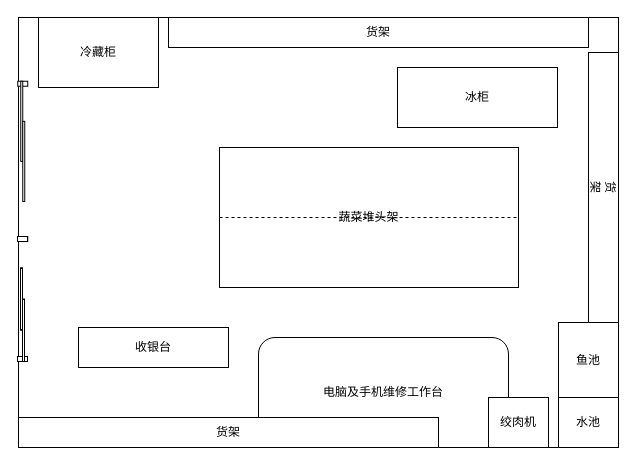
Above: 菜圃平面图.drawio in UTOUUCENTER-CD/draw.io (draw.io), before the change. Source tidied: cells renumbered, new cells numbered last; positions are measured from the earlier drawing's top-left corner, leaving out a move shared by most shapes. Both pictures are drawn from the tidied source at 100%, with x=0, y=0 at pixel (-58, 17).
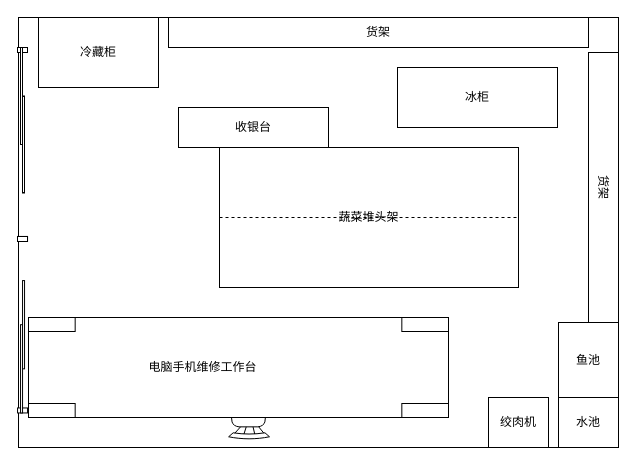
After the change.

Commit message:
更新菜圃平面图.drawio

Diff of the diagram source:
```diff
@@
 <mxGraphModel>
   <root>
     <mxCell id="0" />
     <mxCell id="1" parent="0" />
     <mxCell id="2" style="rounded=0;whiteSpace=wrap;html=1;" parent="1" vertex="1">
       <mxGeometry x="76" width="600" height="430" as="geometry" />
     </mxCell>
     <mxCell id="3" value="货架" style="rounded=0;whiteSpace=wrap;html=1;" parent="1" vertex="1">
       <mxGeometry x="226" width="420" height="30" as="geometry" />
     </mxCell>
     <mxCell id="4" value="冷藏柜" style="rounded=0;whiteSpace=wrap;html=1;" parent="1" vertex="1">
       <mxGeometry x="96" width="120" height="70" as="geometry" />
     </mxCell>
-    <mxCell id="5" value="货&lt;br&gt;架" style="rounded=0;whiteSpace=wrap;html=1;rotation=90;" parent="1" vertex="1">
+    <mxCell id="5" value="货架" style="rounded=0;whiteSpace=wrap;html=1;rotation=90;" parent="1" vertex="1">
       <mxGeometry x="526" y="155" width="270" height="30" as="geometry" />
     </mxCell>
     <mxCell id="6" value="水池" style="rounded=0;whiteSpace=wrap;html=1;" parent="1" vertex="1">
       <mxGeometry x="616" y="380" width="60" height="50" as="geometry" />
     </mxCell>
     <mxCell id="7" value="冰柜" style="rounded=0;whiteSpace=wrap;html=1;" parent="1" vertex="1">
       <mxGeometry x="455" y="50" width="160" height="60" as="geometry" />
     </mxCell>
     <mxCell id="8" value="蔬菜堆头架" style="rounded=0;whiteSpace=wrap;html=1;" parent="1" vertex="1">
       <mxGeometry x="277" y="130" width="299" height="140" as="geometry" />
     </mxCell>
     <mxCell id="9" style="endArrow=none;html=1;exitX=0;exitY=0.5;exitDx=0;exitDy=0;entryX=1;entryY=0.5;entryDx=0;entryDy=0;dashed=1;" parent="1" edge="1" source="8" target="8">
       <mxGeometry relative="1" as="geometry" />
     </mxCell>
+    <mxCell id="12" style="verticalLabelPosition=bottom;html=1;verticalAlign=top;align=center;shape=mxgraph.floorplan.doorSlidingGlass;dx=0.25;rotation=-90;flipH=0;flipV=1;" parent="1" vertex="1">
+      <mxGeometry x="-8.2" y="302.2" width="176.5" height="10" as="geometry" />
+    </mxCell>
+    <mxCell id="14" value="绞肉机" style="rounded=0;whiteSpace=wrap;html=1;" parent="1" vertex="1">
+      <mxGeometry x="546" y="380" width="60" height="50" as="geometry" />
+    </mxCell>
+    <mxCell id="16" value="鱼池" style="rounded=0;whiteSpace=wrap;html=1;" parent="1" vertex="1">
+      <mxGeometry x="616" y="305" width="60" height="75" as="geometry" />
+    </mxCell>
+    <mxCell id="17" style="verticalLabelPosition=bottom;html=1;verticalAlign=top;align=center;shape=mxgraph.floorplan.doorSlidingGlass;dx=0.25;rotation=90;" parent="1" vertex="1">
+      <mxGeometry x="-17" y="122" width="194" height="10" as="geometry" />
+    </mxCell>
     <mxCell id="10" value="收银台" style="rounded=0;whiteSpace=wrap;html=1;" parent="1" vertex="1">
-      <mxGeometry x="136" y="310" width="150" height="40" as="geometry" />
+      <mxGeometry x="236" y="90" width="150" height="40" as="geometry" />
     </mxCell>
-    <mxCell id="11" style="verticalLabelPosition=bottom;html=1;verticalAlign=top;align=center;shape=mxgraph.floorplan.doorSlidingGlass;dx=0.25;rotation=90;" parent="1" vertex="1">
-      <mxGeometry x="0.1" y="138.9" width="160.3" height="10" as="geometry" />
-    </mxCell>
-    <mxCell id="12" style="verticalLabelPosition=bottom;html=1;verticalAlign=top;align=center;shape=mxgraph.floorplan.doorSlidingGlass;dx=0.25;rotation=-90;" parent="1" vertex="1">
-      <mxGeometry x="17.5" y="276.5" width="125" height="10" as="geometry" />
-    </mxCell>
-    <mxCell id="13" value="电脑及手机维修工作台" style="rounded=1;whiteSpace=wrap;html=1;" parent="1" vertex="1">
-      <mxGeometry x="316" y="320" width="250" height="110" as="geometry" />
-    </mxCell>
-    <mxCell id="14" value="绞肉机" style="rounded=0;whiteSpace=wrap;html=1;" parent="1" vertex="1">
-      <mxGeometry x="546" y="380" width="60" height="50" as="geometry" />
-    </mxCell>
-    <mxCell id="15" value="货架" style="rounded=0;whiteSpace=wrap;html=1;" parent="1" vertex="1">
-      <mxGeometry x="76" y="400" width="420" height="30" as="geometry" />
-    </mxCell>
-    <mxCell id="16" value="鱼池" style="rounded=0;whiteSpace=wrap;html=1;" parent="1" vertex="1">
-      <mxGeometry x="616" y="305" width="60" height="75" as="geometry" />
-    </mxCell>
+    <mxCell id="18" style="verticalLabelPosition=bottom;html=1;verticalAlign=top;align=center;shape=mxgraph.floorplan.chair;rotation=-180;" parent="1" vertex="1">
+      <mxGeometry x="286" y="370" width="41" height="52" as="geometry" />
+    </mxCell>
+    <mxCell id="19" style="group;" parent="1" vertex="1">
+      <mxGeometry x="86" y="300" width="420" height="100" as="geometry" />
+    </mxCell>
+    <mxCell id="20" style="verticalLabelPosition=bottom;html=1;verticalAlign=top;align=center;shape=mxgraph.floorplan.table;" parent="19" vertex="1">
+      <mxGeometry width="420" height="100" as="geometry" />
+    </mxCell>
+    <mxCell id="21" value="电脑手机维修工作台" style="text;html=1;align=center;verticalAlign=middle;" parent="19" vertex="1">
+      <mxGeometry x="113.6" y="40" width="120" height="20" as="geometry" />
+    </mxCell>
   </root>
 </mxGraphModel>
```
